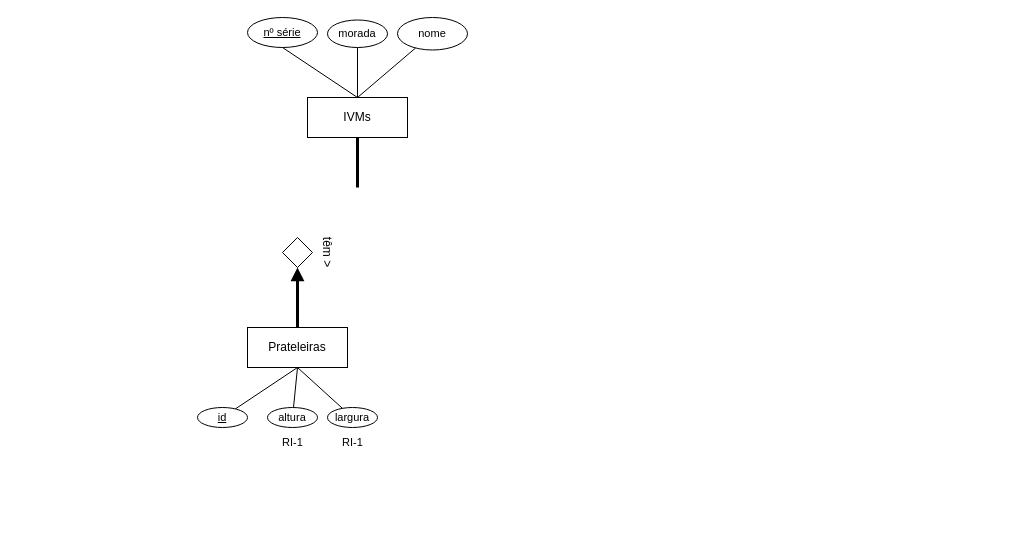
Above: Untitled Diagram.drawio in bin0o/Proj-BD (draw.io), before the change. Source tidied: cells renumbered, new cells numbered last; positions are measured from the earlier drawing's top-left corner, leaving out a move shared by most shapes. Both pictures are drawn from the tidied source at 100%, with x=0, y=0 at pixel (197, 17).
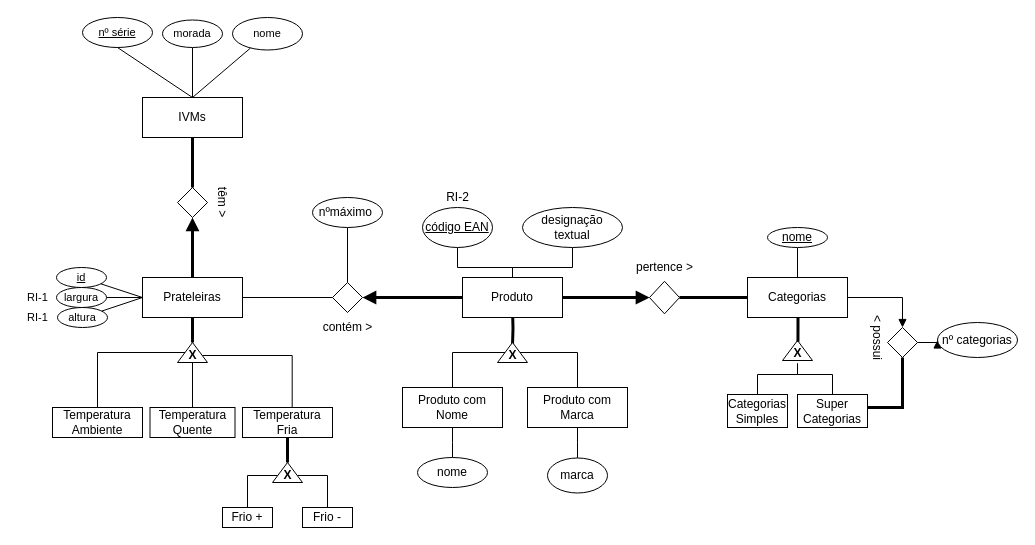
The same page after the edit.

Diff of the diagram source:
```diff
@@
+    <mxCell id="22" style="edgeStyle=orthogonalEdgeStyle;rounded=0;jettySize=auto;html=1;startArrow=none;startFill=0;endArrow=none;endFill=0;strokeWidth=1;exitX=0.5;exitY=0;exitDx=0;exitDy=0;" parent="1" edge="1" source="62" target="64">
+      <mxGeometry relative="1" as="geometry" />
+    </mxCell>
     <mxCell id="2" value="IVMs" style="whiteSpace=wrap;html=1;align=center;" parent="1" vertex="1">
-      <mxGeometry x="110" y="80" width="100" height="40" as="geometry" />
+      <mxGeometry x="-55" y="80" width="100" height="40" as="geometry" />
     </mxCell>
     <mxCell id="3" style="shape=rhombus;perimeter=rhombusPerimeter;whiteSpace=wrap;html=1;align=center;" parent="1" vertex="1">
-      <mxGeometry x="85" y="220" width="30" height="30" as="geometry" />
+      <mxGeometry x="-20" y="170" width="30" height="30" as="geometry" />
     </mxCell>
     <mxCell id="4" value="têm &amp;gt;" style="text;html=1;strokeColor=none;fillColor=none;align=center;verticalAlign=middle;whiteSpace=wrap;rounded=0;rotation=90;" parent="1" vertex="1">
-      <mxGeometry x="100" y="220" width="60" height="30" as="geometry" />
+      <mxGeometry x="-5" y="170" width="60" height="30" as="geometry" />
     </mxCell>
@@
     <mxCell id="6" value="Prateleiras" style="whiteSpace=wrap;html=1;align=center;" parent="1" vertex="1">
-      <mxGeometry x="50" y="310" width="100" height="40" as="geometry" />
+      <mxGeometry x="-55" y="260" width="100" height="40" as="geometry" />
     </mxCell>
     <mxCell id="7" style="endArrow=none;html=1;rounded=0;shadow=0;fillColor=#FFFFFF;elbow=vertical;exitX=0.5;exitY=1;exitDx=0;exitDy=0;entryX=0.5;entryY=0;entryDx=0;entryDy=0;strokeColor=#000000;strokeWidth=3;fontStyle=1;" parent="1" edge="1" source="2">
       <mxGeometry relative="1" as="geometry">
-        <mxPoint x="160" y="170" as="targetPoint" />
+        <mxPoint x="-5" y="170" as="targetPoint" />
       </mxGeometry>
     </mxCell>
     <mxCell id="8" value="nº série" style="ellipse;whiteSpace=wrap;html=1;align=center;fontStyle=4;fontFamily=Helvetica;fontSize=11;fontColor=default;" parent="1" vertex="1">
-      <mxGeometry x="50" width="70" height="30" as="geometry" />
+      <mxGeometry x="-115" width="70" height="30" as="geometry" />
     </mxCell>
@@
     <mxCell id="11" value="nome" style="ellipse;whiteSpace=wrap;html=1;align=center;fontFamily=Helvetica;fontSize=11;fontColor=default;" parent="1" vertex="1">
-      <mxGeometry x="200" width="70" height="32.5" as="geometry" />
+      <mxGeometry x="35" width="70" height="32.5" as="geometry" />
     </mxCell>
     <mxCell id="12" style="edgeStyle=none;rounded=0;sketch=0;jettySize=auto;html=1;shadow=0;labelBackgroundColor=default;fontFamily=Helvetica;fontSize=11;fontColor=default;startArrow=none;startFill=0;endArrow=none;endFill=0;strokeColor=default;strokeWidth=1;fillColor=#000000;elbow=vertical;" parent="1" edge="1" source="13">
       <mxGeometry relative="1" as="geometry">
-        <mxPoint x="160" y="80" as="targetPoint" />
+        <mxPoint x="-5" y="80" as="targetPoint" />
       </mxGeometry>
     </mxCell>
     <mxCell id="13" value="morada" style="ellipse;whiteSpace=wrap;html=1;align=center;fontFamily=Helvetica;fontSize=11;fontColor=default;" parent="1" vertex="1">
-      <mxGeometry x="130" y="2.5" width="60" height="27.5" as="geometry" />
+      <mxGeometry x="-35" y="2.5" width="60" height="27.5" as="geometry" />
     </mxCell>
-    <mxCell id="14" style="edgeStyle=none;rounded=0;sketch=0;jettySize=auto;html=1;entryX=0.5;entryY=1;entryDx=0;entryDy=0;shadow=0;labelBackgroundColor=default;fontFamily=Helvetica;fontSize=11;fontColor=default;startArrow=none;startFill=0;endArrow=none;endFill=0;strokeColor=default;strokeWidth=1;fillColor=#000000;elbow=vertical;" parent="1" edge="1" source="15" target="6">
-      <mxGeometry relative="1" as="geometry" />
+    <mxCell id="14" style="edgeStyle=none;rounded=0;sketch=0;jettySize=auto;html=1;shadow=0;labelBackgroundColor=default;fontFamily=Helvetica;fontSize=11;fontColor=default;startArrow=none;startFill=0;endArrow=none;endFill=0;strokeColor=default;strokeWidth=1;fillColor=#000000;elbow=vertical;" parent="1" edge="1" source="15">
+      <mxGeometry relative="1" as="geometry">
+        <mxPoint x="-55" y="280" as="targetPoint" />
+      </mxGeometry>
     </mxCell>
     <mxCell id="15" value="id" style="ellipse;whiteSpace=wrap;html=1;align=center;fontStyle=4;fontFamily=Helvetica;fontSize=11;fontColor=default;" parent="1" vertex="1">
-      <mxGeometry y="390" width="50" height="20" as="geometry" />
+      <mxGeometry x="-141" y="250" width="50" height="20" as="geometry" />
     </mxCell>
-    <mxCell id="16" style="edgeStyle=none;rounded=0;sketch=0;jettySize=auto;html=1;entryX=0.5;entryY=1;entryDx=0;entryDy=0;shadow=0;labelBackgroundColor=default;fontFamily=Helvetica;fontSize=11;fontColor=default;startArrow=none;startFill=0;endArrow=none;endFill=0;strokeColor=default;strokeWidth=1;fillColor=#000000;elbow=vertical;" parent="1" edge="1" source="17" target="6">
-      <mxGeometry relative="1" as="geometry" />
+    <mxCell id="16" style="edgeStyle=none;rounded=0;sketch=0;jettySize=auto;html=1;shadow=0;labelBackgroundColor=default;fontFamily=Helvetica;fontSize=11;fontColor=default;startArrow=none;startFill=0;endArrow=none;endFill=0;strokeColor=default;strokeWidth=1;fillColor=#000000;elbow=vertical;" parent="1" edge="1" source="17">
+      <mxGeometry relative="1" as="geometry">
+        <mxPoint x="-55" y="280" as="targetPoint" />
+      </mxGeometry>
     </mxCell>
     <mxCell id="17" value="altura" style="ellipse;whiteSpace=wrap;html=1;align=center;fontFamily=Helvetica;fontSize=11;fontColor=default;" parent="1" vertex="1">
-      <mxGeometry x="70" y="390" width="50" height="20" as="geometry" />
+      <mxGeometry x="-140" y="290" width="50" height="20" as="geometry" />
     </mxCell>
-    <mxCell id="18" style="edgeStyle=none;rounded=0;sketch=0;jettySize=auto;html=1;shadow=0;labelBackgroundColor=default;fontFamily=Helvetica;fontSize=11;fontColor=default;startArrow=none;startFill=0;endArrow=none;endFill=0;strokeColor=default;strokeWidth=1;fillColor=#000000;elbow=vertical;" parent="1" edge="1" source="19">
-      <mxGeometry relative="1" as="geometry">
-        <mxPoint x="100" y="350" as="targetPoint" />
-      </mxGeometry>
+    <mxCell id="18" style="edgeStyle=none;rounded=0;sketch=0;jettySize=auto;html=1;shadow=0;labelBackgroundColor=default;fontFamily=Helvetica;fontSize=11;fontColor=default;startArrow=none;startFill=0;endArrow=none;endFill=0;strokeColor=default;strokeWidth=1;fillColor=#000000;elbow=vertical;entryX=0;entryY=0.5;entryDx=0;entryDy=0;" parent="1" edge="1" source="19" target="6">
+      <mxGeometry relative="1" as="geometry" />
     </mxCell>
     <mxCell id="19" value="largura" style="ellipse;whiteSpace=wrap;html=1;align=center;fontFamily=Helvetica;fontSize=11;fontColor=default;" parent="1" vertex="1">
-      <mxGeometry x="130" y="390" width="50" height="20" as="geometry" />
+      <mxGeometry x="-141" y="270" width="50" height="20" as="geometry" />
     </mxCell>
     <mxCell id="20" value="RI-1" style="text;html=1;align=center;verticalAlign=middle;strokeColor=none;fillColor=none;fontSize=11;fontFamily=Helvetica;fontColor=default;" parent="1" vertex="1">
-      <mxGeometry x="75" y="415" width="40" height="20" as="geometry" />
+      <mxGeometry x="-180" y="290" width="40" height="20" as="geometry" />
     </mxCell>
     <mxCell id="21" value="RI-1" style="text;html=1;align=center;verticalAlign=middle;strokeColor=none;fillColor=none;fontSize=11;fontFamily=Helvetica;fontColor=default;" parent="1" vertex="1">
-      <mxGeometry x="135" y="415" width="40" height="20" as="geometry" />
+      <mxGeometry x="-180" y="270" width="40" height="20" as="geometry" />
     </mxCell>
+    <mxCell id="23" style="edgeStyle=orthogonalEdgeStyle;rounded=0;jettySize=auto;html=1;endArrow=none;endFill=0;strokeWidth=3;" parent="1" edge="1" source="24" target="6">
+      <mxGeometry relative="1" as="geometry" />
+    </mxCell>
+    <mxCell id="24" style="triangle;whiteSpace=wrap;html=1;rotation=-90;" parent="1" vertex="1">
+      <mxGeometry x="-15" y="320" width="20" height="30" as="geometry" />
+    </mxCell>
+    <mxCell id="25" style="endArrow=none;html=1;rounded=0;strokeWidth=1;entryX=0.5;entryY=0;entryDx=0;entryDy=0;edgeStyle=orthogonalEdgeStyle;exitX=0.5;exitY=0;exitDx=0;exitDy=0;" parent="1" edge="1" source="26" target="24">
+      <mxGeometry relative="1" as="geometry">
+        <Array as="points">
+          <mxPoint x="-100" y="335" />
+        </Array>
+      </mxGeometry>
+    </mxCell>
+    <mxCell id="26" value="Temperatura Ambiente" style="whiteSpace=wrap;html=1;align=center;" parent="1" vertex="1">
+      <mxGeometry x="-145" y="390" width="90" height="30" as="geometry" />
+    </mxCell>
+    <mxCell id="27" style="edgeStyle=orthogonalEdgeStyle;rounded=0;jettySize=auto;html=1;endArrow=none;endFill=0;strokeWidth=1;entryX=0.552;entryY=-0.013;entryDx=0;entryDy=0;entryPerimeter=0;" parent="1" edge="1" source="28" target="31">
+      <mxGeometry relative="1" as="geometry">
+        <Array as="points">
+          <mxPoint x="95" y="338" />
+          <mxPoint x="95" y="390" />
+        </Array>
+      </mxGeometry>
+    </mxCell>
+    <mxCell id="28" value="X" style="text;html=1;align=center;verticalAlign=middle;points=[];strokeColor=none;fillColor=none;fontStyle=1;" parent="1" vertex="1">
+      <mxGeometry x="-15" y="328" width="20" height="20" as="geometry" />
+    </mxCell>
+    <mxCell id="29" style="edgeStyle=orthogonalEdgeStyle;rounded=0;jettySize=auto;html=1;endArrow=none;endFill=0;strokeWidth=1;entryX=0;entryY=0.5;entryDx=0;entryDy=0;" parent="1" edge="1" source="30" target="24">
+      <mxGeometry relative="1" as="geometry" />
+    </mxCell>
+    <mxCell id="30" value="Temperatura Quente" style="whiteSpace=wrap;html=1;align=center;" parent="1" vertex="1">
+      <mxGeometry x="-47.5" y="390" width="85" height="30" as="geometry" />
+    </mxCell>
+    <mxCell id="31" value="Temperatura Fria" style="whiteSpace=wrap;html=1;align=center;" parent="1" vertex="1">
+      <mxGeometry x="45" y="390" width="90" height="30" as="geometry" />
+    </mxCell>
+    <mxCell id="32" style="edgeStyle=orthogonalEdgeStyle;rounded=0;jettySize=auto;html=1;endArrow=none;endFill=0;strokeWidth=3;" parent="1" edge="1" source="33" target="31">
+      <mxGeometry relative="1" as="geometry" />
+    </mxCell>
+    <mxCell id="33" style="triangle;whiteSpace=wrap;html=1;rotation=-90;" parent="1" vertex="1">
+      <mxGeometry x="80" y="440" width="20" height="30" as="geometry" />
+    </mxCell>
+    <mxCell id="34" style="edgeStyle=orthogonalEdgeStyle;rounded=0;jettySize=auto;html=1;endArrow=none;endFill=0;strokeWidth=1;" parent="1" edge="1" source="36" target="37">
+      <mxGeometry relative="1" as="geometry" />
+    </mxCell>
+    <mxCell id="35" style="edgeStyle=orthogonalEdgeStyle;rounded=0;jettySize=auto;html=1;endArrow=none;endFill=0;strokeWidth=1;" parent="1" edge="1" source="36" target="38">
+      <mxGeometry relative="1" as="geometry" />
+    </mxCell>
+    <mxCell id="36" value="X" style="text;html=1;align=center;verticalAlign=middle;points=[];strokeColor=none;fillColor=none;fontStyle=1;" parent="1" vertex="1">
+      <mxGeometry x="80" y="448" width="20" height="20" as="geometry" />
+    </mxCell>
+    <mxCell id="37" value="Frio +" style="whiteSpace=wrap;html=1;align=center;" parent="1" vertex="1">
+      <mxGeometry x="25" y="490" width="50" height="20" as="geometry" />
+    </mxCell>
+    <mxCell id="38" value="Frio -" style="whiteSpace=wrap;html=1;align=center;" parent="1" vertex="1">
+      <mxGeometry x="105" y="490" width="50" height="20" as="geometry" />
+    </mxCell>
+    <mxCell id="39" style="edgeStyle=orthogonalEdgeStyle;rounded=0;jettySize=auto;html=1;endArrow=none;endFill=0;strokeWidth=3;" parent="1" edge="1" target="47">
+      <mxGeometry relative="1" as="geometry">
+        <mxPoint x="315" y="290" as="sourcePoint" />
+      </mxGeometry>
+    </mxCell>
+    <mxCell id="40" value="Produto" style="whiteSpace=wrap;html=1;align=center;" parent="1" vertex="1">
+      <mxGeometry x="265" y="260" width="100" height="40" as="geometry" />
+    </mxCell>
+    <mxCell id="41" style="edgeStyle=orthogonalEdgeStyle;rounded=0;jettySize=auto;html=1;endArrow=none;endFill=0;strokeWidth=1;" parent="1" edge="1" source="42" target="40">
+      <mxGeometry relative="1" as="geometry" />
+    </mxCell>
+    <mxCell id="42" value="código EAN" style="ellipse;whiteSpace=wrap;html=1;align=center;fontStyle=4;" parent="1" vertex="1">
+      <mxGeometry x="225" y="190" width="70" height="40" as="geometry" />
+    </mxCell>
+    <mxCell id="43" value="RI-2" style="text;html=1;align=center;verticalAlign=middle;strokeColor=none;fillColor=none;" parent="1" vertex="1">
+      <mxGeometry x="240" y="170" width="40" height="20" as="geometry" />
+    </mxCell>
+    <mxCell id="44" style="triangle;whiteSpace=wrap;html=1;rotation=-90;" parent="1" vertex="1">
+      <mxGeometry x="305" y="320" width="20" height="30" as="geometry" />
+    </mxCell>
+    <mxCell id="45" style="rounded=0;jettySize=auto;html=1;endArrow=none;endFill=0;strokeWidth=1;edgeStyle=elbowEdgeStyle;exitX=0.5;exitY=0;exitDx=0;exitDy=0;" parent="1" edge="1" source="44" target="48">
+      <mxGeometry relative="1" as="geometry">
+        <Array as="points">
+          <mxPoint x="255" y="340" />
+        </Array>
+      </mxGeometry>
+    </mxCell>
+    <mxCell id="46" style="edgeStyle=elbowEdgeStyle;rounded=0;jettySize=auto;html=1;endArrow=none;endFill=0;strokeWidth=1;exitX=0.5;exitY=1;exitDx=0;exitDy=0;entryX=0.5;entryY=0;entryDx=0;entryDy=0;" parent="1" edge="1" source="44" target="49">
+      <mxGeometry relative="1" as="geometry">
+        <Array as="points">
+          <mxPoint x="380" y="350" />
+        </Array>
+      </mxGeometry>
+    </mxCell>
+    <mxCell id="47" value="X" style="text;html=1;align=center;verticalAlign=middle;points=[];strokeColor=none;fillColor=none;fontStyle=1;" parent="1" vertex="1">
+      <mxGeometry x="305" y="328" width="20" height="20" as="geometry" />
+    </mxCell>
+    <mxCell id="48" value="Produto com Nome" style="whiteSpace=wrap;html=1;align=center;" parent="1" vertex="1">
+      <mxGeometry x="205" y="370" width="100" height="40" as="geometry" />
+    </mxCell>
+    <mxCell id="49" value="Produto com Marca" style="whiteSpace=wrap;html=1;align=center;" parent="1" vertex="1">
+      <mxGeometry x="330" y="370" width="100" height="40" as="geometry" />
+    </mxCell>
+    <mxCell id="50" style="edgeStyle=elbowEdgeStyle;rounded=0;jettySize=auto;html=1;endArrow=none;endFill=0;strokeWidth=1;" parent="1" edge="1" source="51" target="48">
+      <mxGeometry relative="1" as="geometry" />
+    </mxCell>
+    <mxCell id="51" value="nome" style="ellipse;whiteSpace=wrap;html=1;align=center;" parent="1" vertex="1">
+      <mxGeometry x="220" y="440" width="70" height="30" as="geometry" />
+    </mxCell>
+    <mxCell id="52" style="edgeStyle=elbowEdgeStyle;rounded=0;jettySize=auto;html=1;endArrow=none;endFill=0;strokeWidth=1;" parent="1" edge="1" source="53" target="49">
+      <mxGeometry relative="1" as="geometry" />
+    </mxCell>
+    <mxCell id="53" value="marca" style="ellipse;whiteSpace=wrap;html=1;align=center;" parent="1" vertex="1">
+      <mxGeometry x="350" y="440.5" width="60" height="35" as="geometry" />
+    </mxCell>
+    <mxCell id="54" style="edgeStyle=orthogonalEdgeStyle;rounded=0;jettySize=auto;html=1;endArrow=none;endFill=0;strokeWidth=1;exitX=0.5;exitY=1;exitDx=0;exitDy=0;entryX=0.5;entryY=0;entryDx=0;entryDy=0;" parent="1" edge="1" source="55" target="40">
+      <mxGeometry relative="1" as="geometry">
+        <Array as="points">
+          <mxPoint x="375" y="250" />
+          <mxPoint x="315" y="250" />
+        </Array>
+      </mxGeometry>
+    </mxCell>
+    <mxCell id="55" value="designação textual" style="ellipse;whiteSpace=wrap;html=1;align=center;" parent="1" vertex="1">
+      <mxGeometry x="325" y="190" width="100" height="40" as="geometry" />
+    </mxCell>
+    <mxCell id="56" style="edgeStyle=orthogonalEdgeStyle;rounded=0;jettySize=auto;html=1;endArrow=none;endFill=0;strokeWidth=3;" parent="1" edge="1" source="58" target="59">
+      <mxGeometry relative="1" as="geometry" />
+    </mxCell>
+    <mxCell id="57" style="edgeStyle=orthogonalEdgeStyle;rounded=0;jettySize=auto;html=1;startArrow=none;startFill=0;endArrow=block;endFill=1;strokeWidth=1;" parent="1" edge="1" source="58" target="76">
+      <mxGeometry relative="1" as="geometry" />
+    </mxCell>
+    <mxCell id="58" value="Categorias" style="whiteSpace=wrap;html=1;align=center;" parent="1" vertex="1">
+      <mxGeometry x="550" y="260" width="100" height="40" as="geometry" />
+    </mxCell>
+    <mxCell id="59" style="shape=rhombus;perimeter=rhombusPerimeter;whiteSpace=wrap;html=1;align=center;strokeWidth=1;" parent="1" vertex="1">
+      <mxGeometry x="452" y="263.8" width="30" height="32.5" as="geometry" />
+    </mxCell>
+    <mxCell id="60" style="endArrow=block;html=1;rounded=0;strokeWidth=3;exitX=1;exitY=0.5;exitDx=0;exitDy=0;entryX=0;entryY=0.5;entryDx=0;entryDy=0;endFill=1;" parent="1" edge="1" source="40" target="59">
+      <mxGeometry relative="1" as="geometry" />
+    </mxCell>
+    <mxCell id="61" style="edgeStyle=orthogonalEdgeStyle;rounded=0;jettySize=auto;html=1;exitX=1;exitY=0.5;exitDx=0;exitDy=0;entryX=0;entryY=0.5;entryDx=0;entryDy=0;endArrow=none;endFill=0;strokeWidth=3;startArrow=block;startFill=1;" parent="1" edge="1" source="62" target="40">
+      <mxGeometry relative="1" as="geometry" />
+    </mxCell>
+    <mxCell id="62" style="shape=rhombus;perimeter=rhombusPerimeter;whiteSpace=wrap;html=1;align=center;strokeWidth=1;" parent="1" vertex="1">
+      <mxGeometry x="135" y="265" width="30" height="30" as="geometry" />
+    </mxCell>
+    <mxCell id="63" style="endArrow=none;html=1;rounded=0;strokeWidth=1;exitX=1;exitY=0.5;exitDx=0;exitDy=0;entryX=0;entryY=0.5;entryDx=0;entryDy=0;" parent="1" edge="1" source="6" target="62">
+      <mxGeometry relative="1" as="geometry" />
+    </mxCell>
+    <mxCell id="64" value="nºmáximo&amp;nbsp;" style="ellipse;whiteSpace=wrap;html=1;align=center;strokeWidth=1;" parent="1" vertex="1">
+      <mxGeometry x="115" y="180" width="70" height="30" as="geometry" />
+    </mxCell>
+    <mxCell id="65" value="contém &amp;gt;" style="text;html=1;align=center;verticalAlign=middle;strokeColor=none;fillColor=none;" parent="1" vertex="1">
+      <mxGeometry x="115" y="300" width="70" height="20" as="geometry" />
+    </mxCell>
+    <mxCell id="66" value="pertence &amp;gt;" style="text;html=1;align=center;verticalAlign=middle;strokeColor=none;fillColor=none;" parent="1" vertex="1">
+      <mxGeometry x="432" y="240" width="70" height="20" as="geometry" />
+    </mxCell>
+    <mxCell id="67" style="triangle;whiteSpace=wrap;html=1;rotation=-90;" parent="1" vertex="1">
+      <mxGeometry x="590" y="318" width="20" height="30" as="geometry" />
+    </mxCell>
+    <mxCell id="68" style="edgeStyle=orthogonalEdgeStyle;rounded=0;jettySize=auto;html=1;startArrow=none;startFill=0;endArrow=none;endFill=0;strokeWidth=3;exitX=0.523;exitY=-0.088;exitDx=0;exitDy=0;exitPerimeter=0;" parent="1" edge="1" source="69" target="58">
+      <mxGeometry relative="1" as="geometry">
+        <Array as="points">
+          <mxPoint x="601" y="306" />
+          <mxPoint x="600" y="306" />
+        </Array>
+      </mxGeometry>
+    </mxCell>
+    <mxCell id="69" value="X" style="text;html=1;align=center;verticalAlign=middle;points=[];strokeColor=none;fillColor=none;fontStyle=1;" parent="1" vertex="1">
+      <mxGeometry x="590" y="326" width="20" height="20" as="geometry" />
+    </mxCell>
+    <mxCell id="70" style="edgeStyle=orthogonalEdgeStyle;rounded=0;jettySize=auto;html=1;startArrow=none;startFill=0;endArrow=none;endFill=0;strokeWidth=1;" parent="1" edge="1" source="71" target="69">
+      <mxGeometry relative="1" as="geometry" />
+    </mxCell>
+    <mxCell id="71" value="Categorias Simples" style="whiteSpace=wrap;html=1;align=center;strokeWidth=1;" parent="1" vertex="1">
+      <mxGeometry x="530" y="377" width="60" height="33" as="geometry" />
+    </mxCell>
+    <mxCell id="72" style="edgeStyle=orthogonalEdgeStyle;rounded=0;jettySize=auto;html=1;startArrow=none;startFill=0;endArrow=none;endFill=0;strokeWidth=1;" parent="1" edge="1" source="73" target="69">
+      <mxGeometry relative="1" as="geometry" />
+    </mxCell>
+    <mxCell id="73" value="Super Categorias" style="whiteSpace=wrap;html=1;align=center;strokeWidth=1;" parent="1" vertex="1">
+      <mxGeometry x="600" y="377" width="70" height="33" as="geometry" />
+    </mxCell>
+    <mxCell id="74" style="edgeStyle=orthogonalEdgeStyle;rounded=0;jettySize=auto;html=1;startArrow=none;startFill=0;endArrow=none;endFill=0;strokeWidth=3;exitX=0.5;exitY=1;exitDx=0;exitDy=0;" parent="1" edge="1" source="76" target="73">
+      <mxGeometry relative="1" as="geometry">
+        <Array as="points">
+          <mxPoint x="705" y="390" />
+        </Array>
+      </mxGeometry>
+    </mxCell>
+    <mxCell id="75" style="edgeStyle=orthogonalEdgeStyle;rounded=0;jettySize=auto;html=1;startArrow=none;startFill=0;endArrow=block;endFill=1;strokeWidth=1;" parent="1" edge="1" source="76" target="80">
+      <mxGeometry relative="1" as="geometry" />
+    </mxCell>
+    <mxCell id="76" style="shape=rhombus;perimeter=rhombusPerimeter;whiteSpace=wrap;html=1;align=center;strokeWidth=1;" parent="1" vertex="1">
+      <mxGeometry x="690" y="310" width="30" height="30" as="geometry" />
+    </mxCell>
+    <mxCell id="77" style="edgeStyle=orthogonalEdgeStyle;rounded=0;jettySize=auto;html=1;startArrow=none;startFill=0;endArrow=none;endFill=0;strokeWidth=1;" parent="1" edge="1" source="78" target="58">
+      <mxGeometry relative="1" as="geometry" />
+    </mxCell>
+    <mxCell id="78" value="nome" style="ellipse;whiteSpace=wrap;html=1;align=center;fontStyle=4;strokeWidth=1;" parent="1" vertex="1">
+      <mxGeometry x="570" y="210" width="60" height="20" as="geometry" />
+    </mxCell>
+    <mxCell id="79" value="&amp;lt; possui" style="text;html=1;align=center;verticalAlign=middle;strokeColor=none;fillColor=none;rotation=90;" parent="1" vertex="1">
+      <mxGeometry x="650" y="310" width="60" height="20" as="geometry" />
+    </mxCell>
+    <mxCell id="80" value="nº categorias" style="ellipse;whiteSpace=wrap;html=1;align=center;strokeWidth=1;" parent="1" vertex="1">
+      <mxGeometry x="740" y="305" width="80" height="35" as="geometry" />
+    </mxCell>
```
